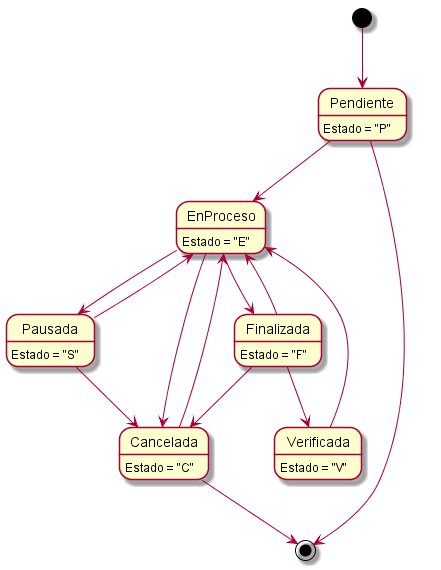
Before: Informe Final/Imagenes/DiagramasEstado/DiagramaDeEstado/tareas.png, a diagram exported from PlantUML (ZMGestion/DocumentacionZMGestion).
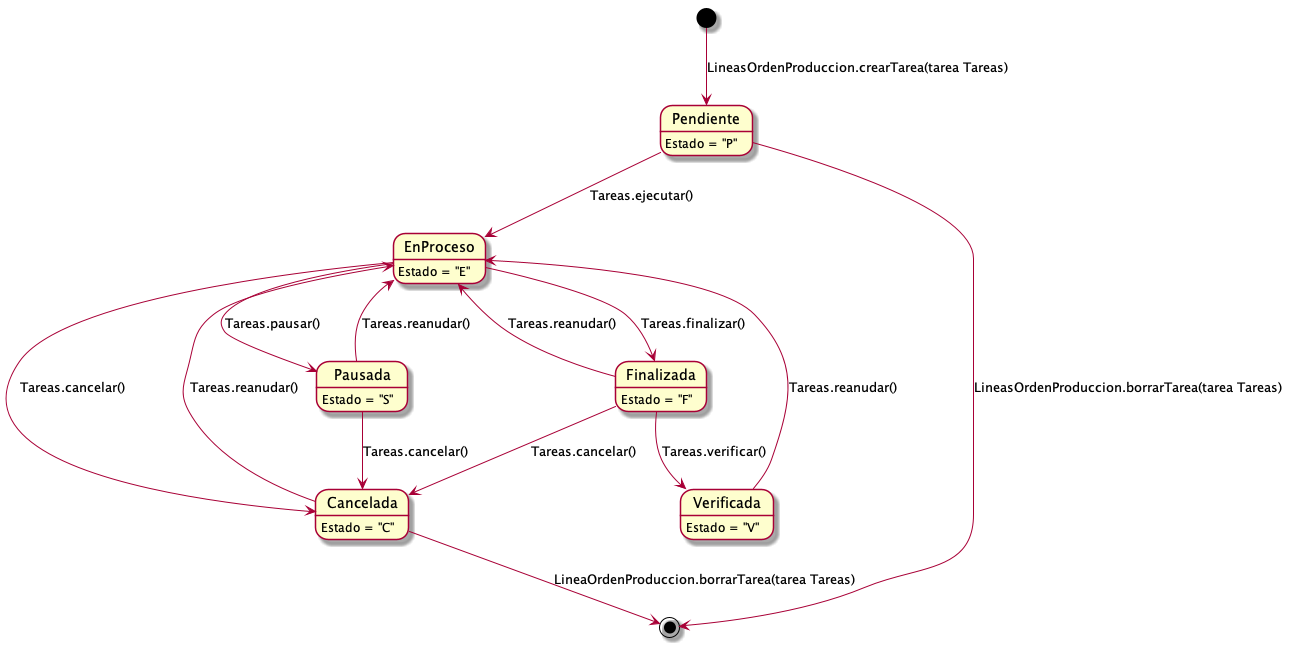
The same diagram one commit later.

Diff of the diagram source:
```diff
@@ -6,19 +6,20 @@
 Cancelada: Estado = "C"
 Verificada: Estado = "V"
 
-[*] --> Pendiente
-Pendiente --> [*]
-Cancelada --> [*]
-Pendiente --> EnProceso
-EnProceso --> Cancelada
-EnProceso --> Finalizada
-EnProceso --> Pausada
-Finalizada --> EnProceso
-Pausada --> EnProceso
-Pausada --> Cancelada
-Cancelada --> EnProceso
-Finalizada --> Cancelada
-Finalizada --> Verificada
-Verificada --> EnProceso
+
+[*] --> Pendiente: LineasOrdenProduccion.crearTarea(tarea Tareas)
+Pendiente --> [*]: LineasOrdenProduccion.borrarTarea(tarea Tareas)
+Cancelada --> [*]: LineaOrdenProduccion.borrarTarea(tarea Tareas)
+Pendiente --> EnProceso: Tareas.ejecutar()
+EnProceso --> Cancelada: Tareas.cancelar()
+EnProceso --> Finalizada: Tareas.finalizar()
+EnProceso --> Pausada: Tareas.pausar()
+Finalizada --> EnProceso: Tareas.reanudar()
+Pausada --> EnProceso: Tareas.reanudar()
+Pausada --> Cancelada: Tareas.cancelar()
+Cancelada --> EnProceso: Tareas.reanudar()
+Finalizada --> Cancelada: Tareas.cancelar()
+Finalizada --> Verificada: Tareas.verificar()
+Verificada --> EnProceso: Tareas.reanudar()
 
 @enduml
```
